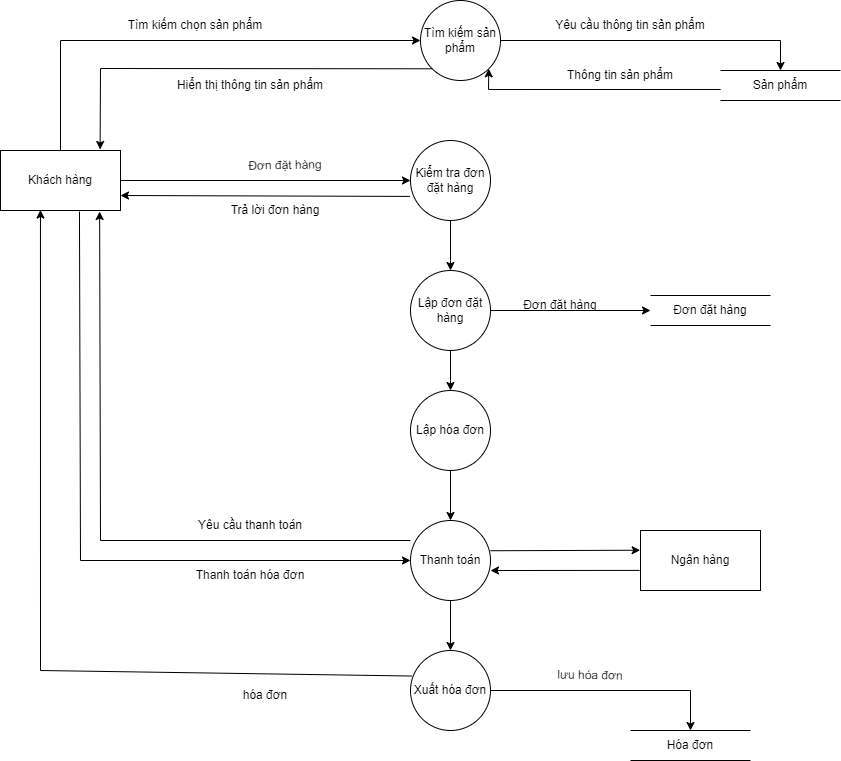
The draw.io diagram DFD/DFD_Muc01_QuanLyMuaHang.drawio.png in tdat7749/CongNghePhanMem, before a commit. Source tidied: cells renumbered, new cells last; positions are measured from the earlier drawing's top-left corner, leaving out a move shared by most shapes. Its diagram source:
```xml
<mxGraphModel>
  <root>
    <mxCell id="0" />
    <mxCell id="1" parent="0" />
    <mxCell id="2" value="Khách hàng" style="rounded=0;whiteSpace=wrap;html=1;" parent="1" vertex="1">
      <mxGeometry y="150" width="120" height="60" as="geometry" />
    </mxCell>
    <mxCell id="3" value="Tìm kiếm sản phẩm" style="ellipse;whiteSpace=wrap;html=1;" parent="1" vertex="1">
      <mxGeometry x="420" width="80" height="80" as="geometry" />
    </mxCell>
    <mxCell id="4" value="Kiểm tra đơn đặt hàng" style="ellipse;whiteSpace=wrap;html=1;" parent="1" vertex="1">
      <mxGeometry x="410" y="140" width="80" height="80" as="geometry" />
    </mxCell>
    <mxCell id="5" value="Xuất hóa đơn" style="ellipse;whiteSpace=wrap;html=1;" parent="1" vertex="1">
      <mxGeometry x="410" y="650" width="80" height="80" as="geometry" />
    </mxCell>
    <mxCell id="6" value="Sản phẩm" style="shape=partialRectangle;whiteSpace=wrap;html=1;left=0;right=0;fillColor=none;" parent="1" vertex="1">
      <mxGeometry x="720" y="70" width="120" height="30" as="geometry" />
    </mxCell>
    <mxCell id="7" style="endArrow=classic;html=1;rounded=0;entryX=0;entryY=0.5;entryDx=0;entryDy=0;exitX=0.5;exitY=0;exitDx=0;exitDy=0;" parent="1" edge="1" source="2" target="3">
      <mxGeometry relative="1" as="geometry">
        <Array as="points">
          <mxPoint x="60" y="40" />
        </Array>
      </mxGeometry>
    </mxCell>
    <mxCell id="8" style="endArrow=classic;html=1;rounded=0;exitX=1;exitY=0.5;exitDx=0;exitDy=0;entryX=0.5;entryY=0;entryDx=0;entryDy=0;" parent="1" edge="1" source="3" target="6">
      <mxGeometry relative="1" as="geometry">
        <Array as="points">
          <mxPoint x="780" y="40" />
        </Array>
      </mxGeometry>
    </mxCell>
    <mxCell id="9" value="Thông tin sản phẩm" style="text;html=1;strokeColor=none;fillColor=none;align=center;verticalAlign=middle;whiteSpace=wrap;rounded=0;rotation=0;" parent="1" vertex="1">
      <mxGeometry x="540" y="60" width="160" height="30" as="geometry" />
    </mxCell>
    <mxCell id="10" value="Tìm kiếm chọn sản phẩm" style="text;html=1;strokeColor=none;fillColor=none;align=center;verticalAlign=middle;whiteSpace=wrap;rounded=0;rotation=0;" parent="1" vertex="1">
      <mxGeometry x="120" y="10" width="150" height="30" as="geometry" />
    </mxCell>
    <mxCell id="11" value="Yêu cầu thông tin sản phẩm" style="text;html=1;strokeColor=none;fillColor=none;align=center;verticalAlign=middle;whiteSpace=wrap;rounded=0;rotation=0;" parent="1" vertex="1">
      <mxGeometry x="530" y="10" width="200" height="30" as="geometry" />
    </mxCell>
    <mxCell id="12" style="endArrow=classic;html=1;rounded=0;entryX=1;entryY=1;entryDx=0;entryDy=0;exitX=0.001;exitY=0.633;exitDx=0;exitDy=0;exitPerimeter=0;" parent="1" edge="1" source="6" target="3">
      <mxGeometry relative="1" as="geometry">
        <Array as="points">
          <mxPoint x="488" y="89" />
        </Array>
      </mxGeometry>
    </mxCell>
    <mxCell id="13" value="Hiển thị thông tin sản phẩm" style="text;html=1;strokeColor=none;fillColor=none;align=center;verticalAlign=middle;whiteSpace=wrap;rounded=0;rotation=0;" parent="1" vertex="1">
      <mxGeometry x="170" y="70" width="160" height="30" as="geometry" />
    </mxCell>
    <mxCell id="14" style="endArrow=classic;html=1;rounded=0;entryX=0.83;entryY=-0.017;entryDx=0;entryDy=0;exitX=0;exitY=1;exitDx=0;exitDy=0;entryPerimeter=0;" parent="1" edge="1" source="3" target="2">
      <mxGeometry relative="1" as="geometry">
        <Array as="points">
          <mxPoint x="100" y="68" />
        </Array>
      </mxGeometry>
    </mxCell>
    <mxCell id="15" value="Đơn đặt hàng" style="shape=partialRectangle;whiteSpace=wrap;html=1;left=0;right=0;fillColor=none;" parent="1" vertex="1">
      <mxGeometry x="650" y="295" width="120" height="30" as="geometry" />
    </mxCell>
    <mxCell id="16" style="endArrow=classic;html=1;rounded=0;exitX=0.5;exitY=1;exitDx=0;exitDy=0;entryX=0.5;entryY=0;entryDx=0;entryDy=0;" parent="1" edge="1" source="4" target="38">
      <mxGeometry relative="1" as="geometry" />
    </mxCell>
    <mxCell id="17" value="Hóa đơn" style="shape=partialRectangle;whiteSpace=wrap;html=1;left=0;right=0;fillColor=none;" parent="1" vertex="1">
      <mxGeometry x="630" y="730" width="120" height="30" as="geometry" />
    </mxCell>
    <mxCell id="18" style="endArrow=classic;html=1;rounded=0;entryX=0;entryY=0.5;entryDx=0;entryDy=0;exitX=1;exitY=0.5;exitDx=0;exitDy=0;" parent="1" edge="1" source="38" target="15">
      <mxGeometry relative="1" as="geometry" />
    </mxCell>
    <mxCell id="19" style="endArrow=classic;html=1;rounded=0;entryX=0.333;entryY=0.992;entryDx=0;entryDy=0;exitX=0.012;exitY=0.319;exitDx=0;exitDy=0;exitPerimeter=0;entryPerimeter=0;" parent="1" edge="1" source="5" target="2">
      <mxGeometry relative="1" as="geometry">
        <Array as="points">
          <mxPoint x="40" y="670" />
        </Array>
      </mxGeometry>
    </mxCell>
    <mxCell id="20" style="endArrow=classic;html=1;rounded=0;entryX=0.5;entryY=0;entryDx=0;entryDy=0;exitX=1;exitY=0.5;exitDx=0;exitDy=0;" parent="1" edge="1" source="5" target="17">
      <mxGeometry relative="1" as="geometry">
        <Array as="points">
          <mxPoint x="690" y="690" />
        </Array>
      </mxGeometry>
    </mxCell>
    <mxCell id="21" style="endArrow=classic;html=1;rounded=0;entryX=0;entryY=0.5;entryDx=0;entryDy=0;exitX=1;exitY=0.5;exitDx=0;exitDy=0;" parent="1" edge="1" source="2" target="4">
      <mxGeometry relative="1" as="geometry" />
    </mxCell>
    <mxCell id="22" value="Đơn đặt hàng" style="text;html=1;strokeColor=none;fillColor=none;align=center;verticalAlign=middle;whiteSpace=wrap;rounded=0;rotation=-1;" parent="1" vertex="1">
      <mxGeometry x="225" y="150" width="120" height="30" as="geometry" />
    </mxCell>
    <mxCell id="23" value="Đơn đặt hàng" style="text;html=1;strokeColor=none;fillColor=none;align=center;verticalAlign=middle;whiteSpace=wrap;rounded=0;rotation=0;" parent="1" vertex="1">
      <mxGeometry x="510" y="290" width="100" height="30" as="geometry" />
    </mxCell>
    <mxCell id="24" value="lưu hóa đơn" style="text;html=1;strokeColor=none;fillColor=none;align=center;verticalAlign=middle;whiteSpace=wrap;rounded=0;rotation=1;" parent="1" vertex="1">
      <mxGeometry x="540" y="660" width="100" height="30" as="geometry" />
    </mxCell>
    <mxCell id="25" value="hóa đơn" style="text;html=1;strokeColor=none;fillColor=none;align=center;verticalAlign=middle;whiteSpace=wrap;rounded=0;rotation=0;" parent="1" vertex="1">
      <mxGeometry x="220" y="680" width="90" height="30" as="geometry" />
    </mxCell>
    <mxCell id="26" value="Lập hóa đơn" style="ellipse;whiteSpace=wrap;html=1;" parent="1" vertex="1">
      <mxGeometry x="410" y="390" width="80" height="80" as="geometry" />
    </mxCell>
    <mxCell id="27" value="Thanh toán" style="ellipse;whiteSpace=wrap;html=1;" parent="1" vertex="1">
      <mxGeometry x="410" y="520" width="80" height="80" as="geometry" />
    </mxCell>
    <mxCell id="28" style="endArrow=classic;html=1;rounded=0;exitX=0.5;exitY=1;exitDx=0;exitDy=0;entryX=0.5;entryY=0;entryDx=0;entryDy=0;" parent="1" edge="1" source="26" target="27">
      <mxGeometry relative="1" as="geometry" />
    </mxCell>
    <mxCell id="29" value="Yêu cầu thanh toán" style="text;html=1;strokeColor=none;fillColor=none;align=center;verticalAlign=middle;whiteSpace=wrap;rounded=0;" parent="1" vertex="1">
      <mxGeometry x="175" y="510" width="150" height="30" as="geometry" />
    </mxCell>
    <mxCell id="30" style="endArrow=classic;html=1;rounded=0;exitX=0.658;exitY=1.018;exitDx=0;exitDy=0;exitPerimeter=0;entryX=0;entryY=0.5;entryDx=0;entryDy=0;" parent="1" edge="1" source="2" target="27">
      <mxGeometry relative="1" as="geometry">
        <Array as="points">
          <mxPoint x="80" y="560" />
        </Array>
      </mxGeometry>
    </mxCell>
    <mxCell id="31" value="Thanh toán hóa đơn" style="text;html=1;strokeColor=none;fillColor=none;align=center;verticalAlign=middle;whiteSpace=wrap;rounded=0;" parent="1" vertex="1">
      <mxGeometry x="175" y="560" width="150" height="30" as="geometry" />
    </mxCell>
    <mxCell id="32" value="Ngân hàng" style="rounded=0;whiteSpace=wrap;html=1;" parent="1" vertex="1">
      <mxGeometry x="640" y="530" width="120" height="60" as="geometry" />
    </mxCell>
    <mxCell id="33" style="endArrow=classic;html=1;rounded=0;exitX=0.999;exitY=0.378;exitDx=0;exitDy=0;exitPerimeter=0;entryX=-0.003;entryY=0.329;entryDx=0;entryDy=0;entryPerimeter=0;" parent="1" edge="1" source="27" target="32">
      <mxGeometry relative="1" as="geometry" />
    </mxCell>
    <mxCell id="34" style="endArrow=classic;html=1;rounded=0;entryX=1;entryY=0.625;entryDx=0;entryDy=0;entryPerimeter=0;exitX=-0.008;exitY=0.665;exitDx=0;exitDy=0;exitPerimeter=0;" parent="1" edge="1" source="32" target="27">
      <mxGeometry relative="1" as="geometry" />
    </mxCell>
    <mxCell id="35" style="endArrow=classic;html=1;rounded=0;exitX=0.5;exitY=1;exitDx=0;exitDy=0;entryX=0.5;entryY=0;entryDx=0;entryDy=0;" parent="1" edge="1" source="27" target="5">
      <mxGeometry relative="1" as="geometry" />
    </mxCell>
    <mxCell id="36" style="endArrow=classic;html=1;rounded=0;exitX=-0.008;exitY=0.699;exitDx=0;exitDy=0;entryX=1;entryY=0.75;entryDx=0;entryDy=0;exitPerimeter=0;" parent="1" edge="1" source="4" target="2">
      <mxGeometry relative="1" as="geometry" />
    </mxCell>
    <mxCell id="37" value="Trả lời đơn hàng" style="text;html=1;strokeColor=none;fillColor=none;align=center;verticalAlign=middle;whiteSpace=wrap;rounded=0;" parent="1" vertex="1">
      <mxGeometry x="220" y="195" width="110" height="30" as="geometry" />
    </mxCell>
    <mxCell id="38" value="Lập đơn đặt hàng" style="ellipse;whiteSpace=wrap;html=1;" parent="1" vertex="1">
      <mxGeometry x="410" y="270" width="80" height="80" as="geometry" />
    </mxCell>
    <mxCell id="39" style="endArrow=classic;html=1;rounded=0;exitX=0.5;exitY=1;exitDx=0;exitDy=0;entryX=0.5;entryY=0;entryDx=0;entryDy=0;" parent="1" edge="1" source="38" target="26">
      <mxGeometry relative="1" as="geometry" />
    </mxCell>
    <mxCell id="40" style="endArrow=classic;html=1;rounded=0;exitX=0;exitY=0.25;exitDx=0;exitDy=0;exitPerimeter=0;entryX=0.826;entryY=1.017;entryDx=0;entryDy=0;entryPerimeter=0;" parent="1" edge="1" source="27" target="2">
      <mxGeometry relative="1" as="geometry">
        <Array as="points">
          <mxPoint x="100" y="540" />
        </Array>
      </mxGeometry>
    </mxCell>
  </root>
</mxGraphModel>
```
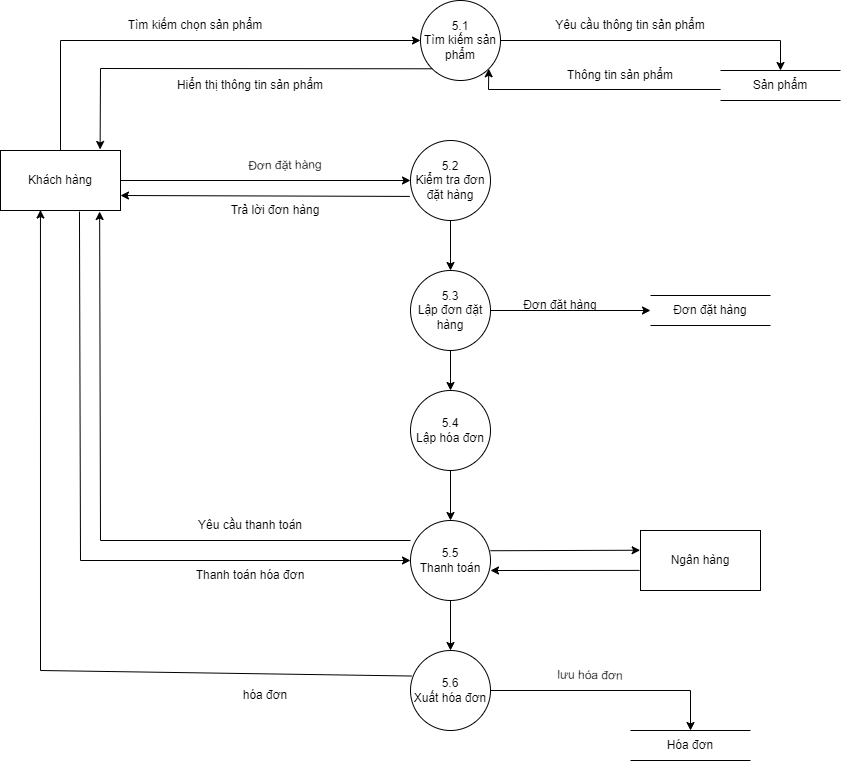
The same file after the commit.

The edit, as a diff of the source:
```diff
@@ -5,13 +5,13 @@
     <mxCell id="2" value="Khách hàng" style="rounded=0;whiteSpace=wrap;html=1;" parent="1" vertex="1">
       <mxGeometry y="150" width="120" height="60" as="geometry" />
     </mxCell>
-    <mxCell id="3" value="Tìm kiếm sản phẩm" style="ellipse;whiteSpace=wrap;html=1;" parent="1" vertex="1">
+    <mxCell id="3" value="5.1&lt;br&gt;Tìm kiếm sản phẩm" style="ellipse;whiteSpace=wrap;html=1;" parent="1" vertex="1">
       <mxGeometry x="420" width="80" height="80" as="geometry" />
     </mxCell>
-    <mxCell id="4" value="Kiểm tra đơn đặt hàng" style="ellipse;whiteSpace=wrap;html=1;" parent="1" vertex="1">
+    <mxCell id="4" value="5.2&lt;br&gt;Kiểm tra đơn đặt hàng" style="ellipse;whiteSpace=wrap;html=1;" parent="1" vertex="1">
       <mxGeometry x="410" y="140" width="80" height="80" as="geometry" />
     </mxCell>
-    <mxCell id="5" value="Xuất hóa đơn" style="ellipse;whiteSpace=wrap;html=1;" parent="1" vertex="1">
+    <mxCell id="5" value="5.6&lt;br&gt;Xuất hóa đơn" style="ellipse;whiteSpace=wrap;html=1;" parent="1" vertex="1">
       <mxGeometry x="410" y="650" width="80" height="80" as="geometry" />
     </mxCell>
     <mxCell id="6" value="Sản phẩm" style="shape=partialRectangle;whiteSpace=wrap;html=1;left=0;right=0;fillColor=none;" parent="1" vertex="1">
@@ -98,10 +98,10 @@
     <mxCell id="25" value="hóa đơn" style="text;html=1;strokeColor=none;fillColor=none;align=center;verticalAlign=middle;whiteSpace=wrap;rounded=0;rotation=0;" parent="1" vertex="1">
       <mxGeometry x="220" y="680" width="90" height="30" as="geometry" />
     </mxCell>
-    <mxCell id="26" value="Lập hóa đơn" style="ellipse;whiteSpace=wrap;html=1;" parent="1" vertex="1">
+    <mxCell id="26" value="5.4&lt;br&gt;Lập hóa đơn" style="ellipse;whiteSpace=wrap;html=1;" parent="1" vertex="1">
       <mxGeometry x="410" y="390" width="80" height="80" as="geometry" />
     </mxCell>
-    <mxCell id="27" value="Thanh toán" style="ellipse;whiteSpace=wrap;html=1;" parent="1" vertex="1">
+    <mxCell id="27" value="5.5&lt;br&gt;Thanh toán" style="ellipse;whiteSpace=wrap;html=1;" parent="1" vertex="1">
       <mxGeometry x="410" y="520" width="80" height="80" as="geometry" />
     </mxCell>
     <mxCell id="28" style="endArrow=classic;html=1;rounded=0;exitX=0.5;exitY=1;exitDx=0;exitDy=0;entryX=0.5;entryY=0;entryDx=0;entryDy=0;" parent="1" edge="1" source="26" target="27">
@@ -138,7 +138,7 @@
     <mxCell id="37" value="Trả lời đơn hàng" style="text;html=1;strokeColor=none;fillColor=none;align=center;verticalAlign=middle;whiteSpace=wrap;rounded=0;" parent="1" vertex="1">
       <mxGeometry x="220" y="195" width="110" height="30" as="geometry" />
     </mxCell>
-    <mxCell id="38" value="Lập đơn đặt hàng" style="ellipse;whiteSpace=wrap;html=1;" parent="1" vertex="1">
+    <mxCell id="38" value="5.3&lt;br&gt;Lập đơn đặt hàng" style="ellipse;whiteSpace=wrap;html=1;" parent="1" vertex="1">
       <mxGeometry x="410" y="270" width="80" height="80" as="geometry" />
     </mxCell>
     <mxCell id="39" style="endArrow=classic;html=1;rounded=0;exitX=0.5;exitY=1;exitDx=0;exitDy=0;entryX=0.5;entryY=0;entryDx=0;entryDy=0;" parent="1" edge="1" source="38" target="26">
```
